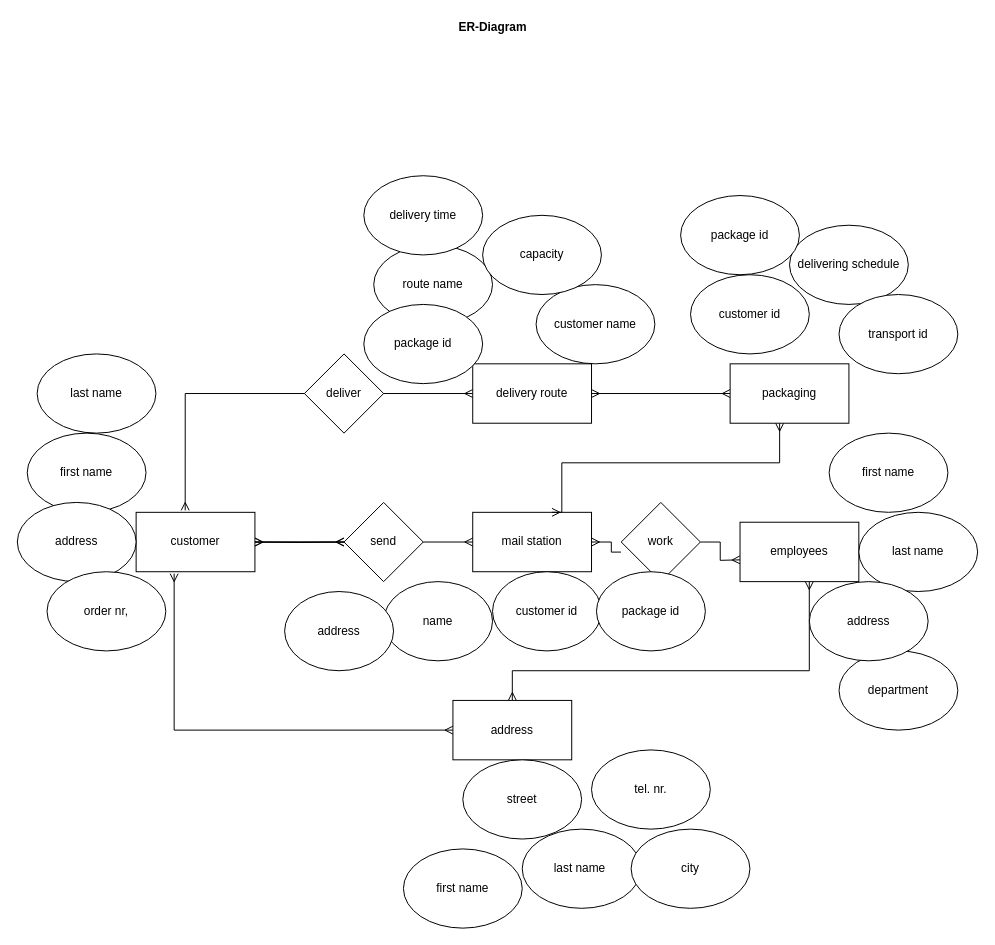
The draw.io diagram page "Page-1" (1 of 3) of Untitled Diagram.drawio in RobertCas84/CF-RobertCastillo-CR-09, before the edit. Source tidied: cells renumbered, new cells numbered last; positions are measured from the earlier drawing's top-left corner, leaving out a move shared by most shapes. Both pictures are drawn from the tidied source at 99%, with x=0, y=0 at pixel (17, 17).
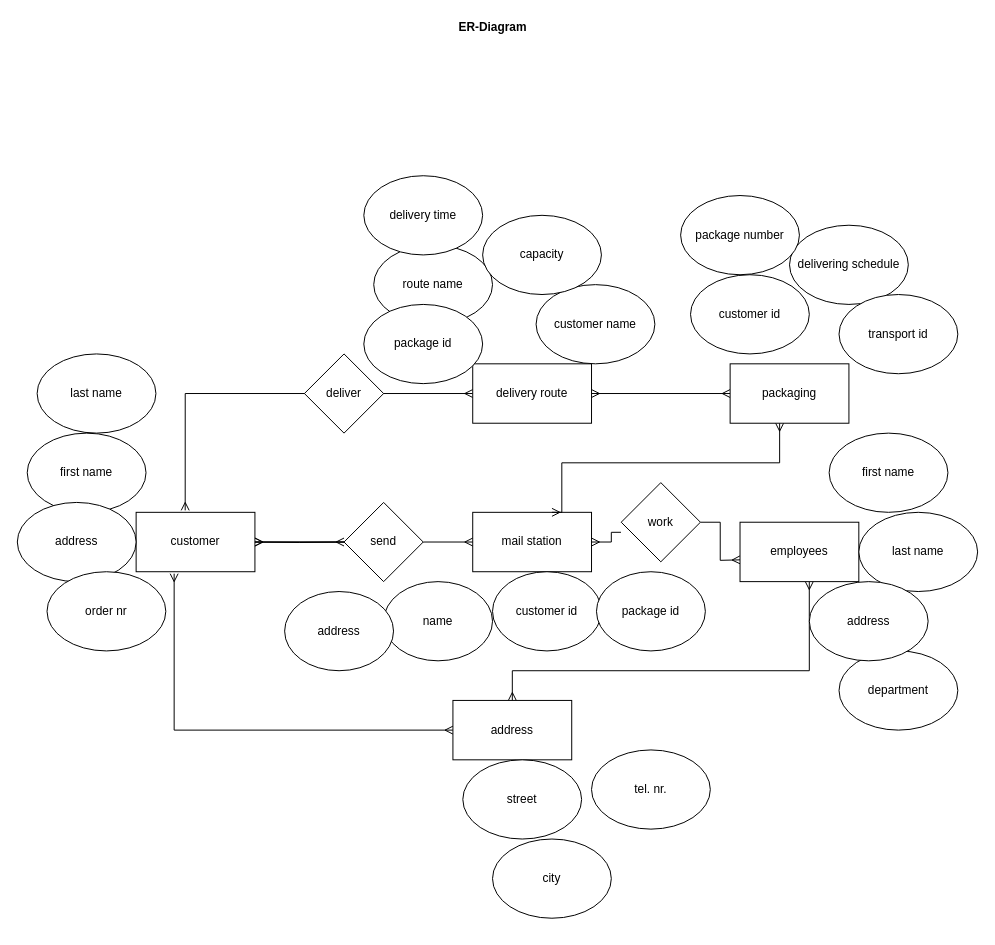
After the change.

Unchanged cells that the change refers to:
```xml
<mxCell id="11" value="customer" style="rounded=0;whiteSpace=wrap;html=1;" parent="1" vertex="1">
  <mxGeometry x="120" y="500" width="120" height="60" as="geometry" />
</mxCell>
<mxCell id="17" value="send" style="rhombus;whiteSpace=wrap;html=1;" parent="1" vertex="1">
  <mxGeometry x="330" y="490" width="80" height="80" as="geometry" />
</mxCell>
```

The edit, as a diff of the source:
```diff
@@
-    <mxCell id="18" style="edgeStyle=orthogonalEdgeStyle;rounded=0;jettySize=auto;html=1;exitX=1;exitY=0.5;exitDx=0;exitDy=0;entryX=0;entryY=0.5;entryDx=0;entryDy=0;startArrow=ERmany;startFill=0;endArrow=ERmany;endFill=0;" parent="1" edge="1" source="11" target="17">
+    <mxCell id="18" style="edgeStyle=orthogonalEdgeStyle;rounded=0;jettySize=auto;html=1;exitX=1;exitY=0.5;exitDx=0;exitDy=0;entryX=0;entryY=0.5;entryDx=0;entryDy=0;startArrow=ERmany;startFill=0;endArrow=none;endFill=0;" parent="1" edge="1" source="11" target="17">
       <mxGeometry relative="1" as="geometry" />
     </mxCell>
@@
     <mxCell id="20" value="work" style="rhombus;whiteSpace=wrap;html=1;" parent="1" vertex="1">
-      <mxGeometry x="610" y="490" width="80" height="80" as="geometry" />
+      <mxGeometry x="610" y="470" width="80" height="80" as="geometry" />
     </mxCell>
@@
-    <mxCell id="27" value="package id" style="ellipse;whiteSpace=wrap;html=1;" parent="1" vertex="1">
+    <mxCell id="27" value="package number" style="ellipse;whiteSpace=wrap;html=1;" parent="1" vertex="1">
       <mxGeometry x="670" y="180" width="120" height="80" as="geometry" />
     </mxCell>
@@
-    <mxCell id="29" value="first name" style="ellipse;whiteSpace=wrap;html=1;" parent="1" vertex="1">
-      <mxGeometry x="390" y="840" width="120" height="80" as="geometry" />
-    </mxCell>
-    <mxCell id="30" value="last name&amp;nbsp;" style="ellipse;whiteSpace=wrap;html=1;" parent="1" vertex="1">
-      <mxGeometry x="510" y="820" width="120" height="80" as="geometry" />
-    </mxCell>
     <mxCell id="31" value="city" style="ellipse;whiteSpace=wrap;html=1;" parent="1" vertex="1">
-      <mxGeometry x="620" y="820" width="120" height="80" as="geometry" />
+      <mxGeometry x="480" y="830" width="120" height="80" as="geometry" />
     </mxCell>
@@
-    <mxCell id="35" value="order nr," style="ellipse;whiteSpace=wrap;html=1;" parent="1" vertex="1">
+    <mxCell id="35" value="order nr" style="ellipse;whiteSpace=wrap;html=1;" parent="1" vertex="1">
       <mxGeometry x="30" y="560" width="120" height="80" as="geometry" />
     </mxCell>
```
